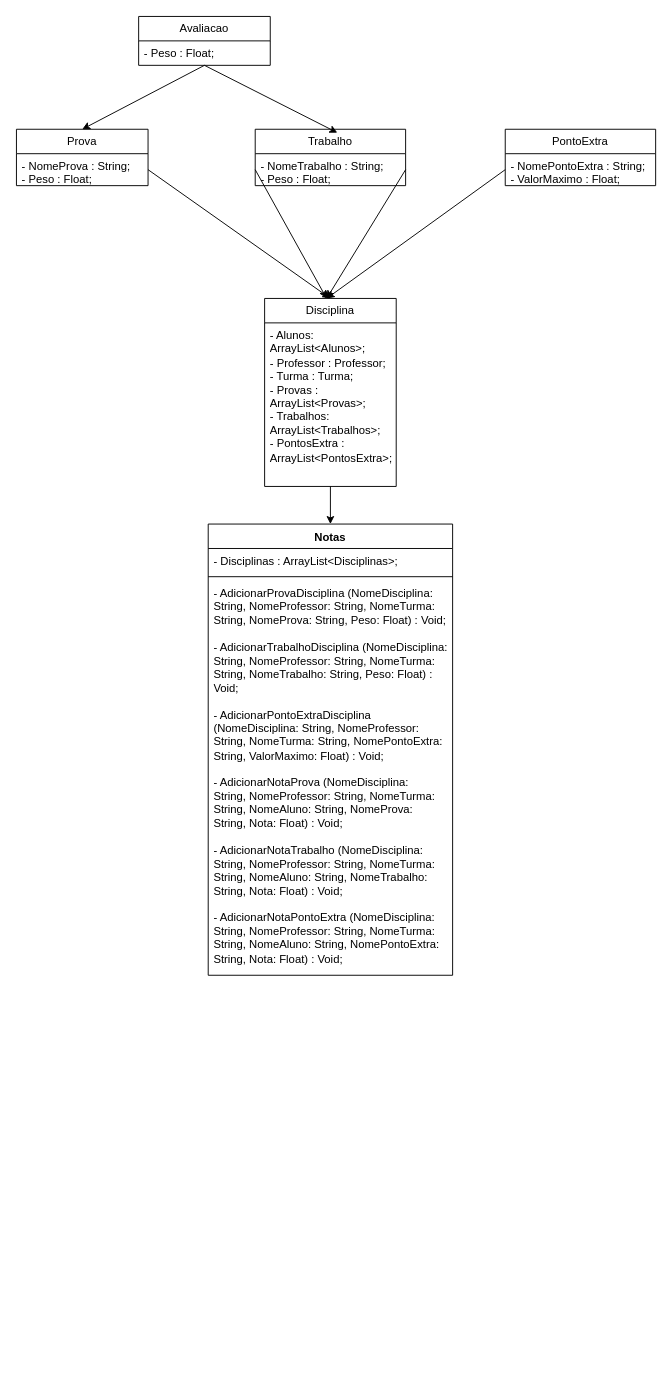
This is UMLS/Notas.drawio from Gotoxico/EscolaPOO2, a draw.io file, before an edit. Source tidied: cells renumbered, new cells numbered last; positions are measured from the earlier drawing's top-left corner, leaving out a move shared by most shapes. Both pictures are drawn from the tidied source at 94%, with x=0, y=0 at pixel (16, 16).
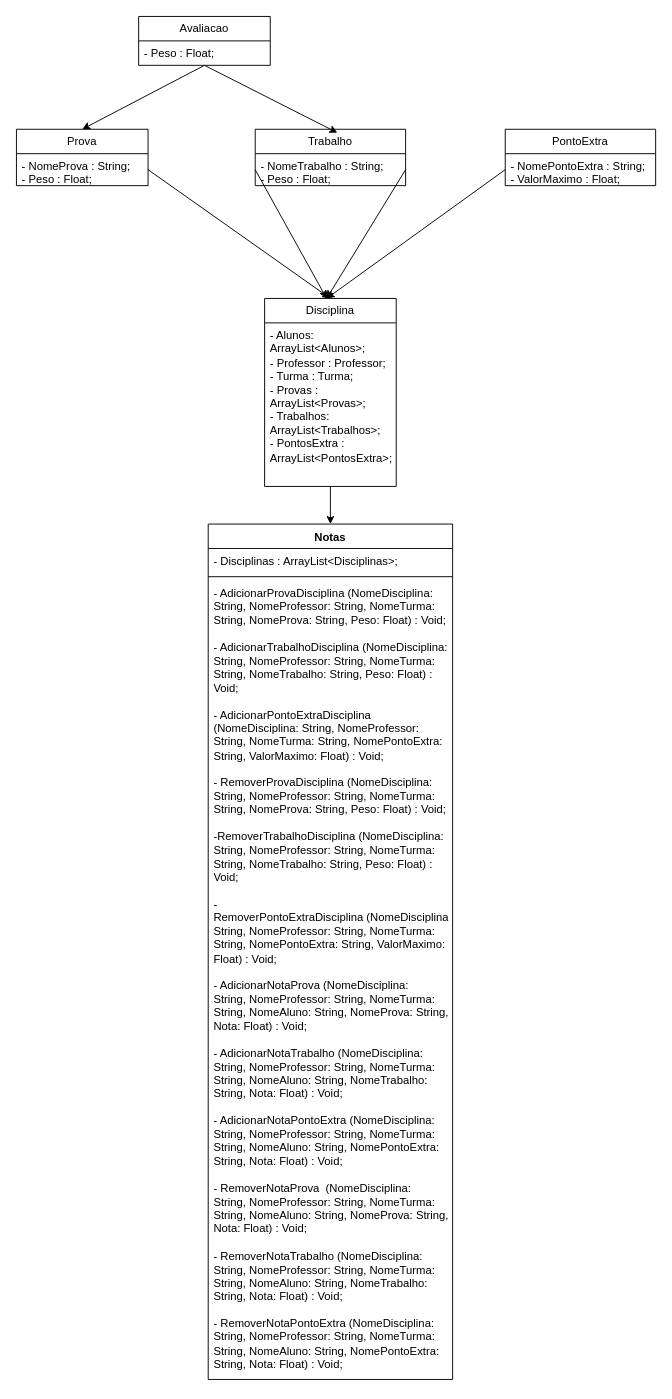
The same diagram, later.

Diff of the diagram source:
```diff
@@
     <mxCell id="2" value="Notas&lt;div&gt;&lt;br&gt;&lt;/div&gt;" style="swimlane;fontStyle=1;align=center;verticalAlign=top;horizontal=1;startSize=26;whiteSpace=wrap;html=1;" parent="1" vertex="1">
-      <mxGeometry x="204" y="540" width="260" height="480" as="geometry" />
+      <mxGeometry x="204" y="540" width="260" height="910" as="geometry" />
     </mxCell>
@@
-    <mxCell id="5" value="&lt;div&gt;- AdicionarProvaDisciplina (NomeDisciplina: String, NomeProfessor: String, NomeTurma: String, NomeProva: String, Peso: Float) : Void;&lt;/div&gt;&lt;div&gt;&lt;br&gt;&lt;/div&gt;&lt;div&gt;- AdicionarTrabalhoDisciplina (NomeDisciplina: String,&amp;nbsp;&lt;span style=&quot;background-color: initial;&quot;&gt;NomeProfessor: String, NomeTurma: String,&amp;nbsp;&lt;/span&gt;&lt;span style=&quot;background-color: initial;&quot;&gt;NomeTrabalho: String, Peso: Float) : Void;&lt;/span&gt;&lt;/div&gt;&lt;div&gt;&lt;span style=&quot;background-color: initial;&quot;&gt;&lt;br&gt;&lt;/span&gt;&lt;/div&gt;&lt;div&gt;- AdicionarPontoExtraDisciplina (NomeDisciplina: String,&amp;nbsp;&lt;span style=&quot;background-color: initial;&quot;&gt;NomeProfessor: String, NomeTurma: String,&amp;nbsp;&lt;/span&gt;&lt;span style=&quot;background-color: initial;&quot;&gt;NomePontoExtra: String, ValorMaximo: Float) : Void;&lt;/span&gt;&lt;/div&gt;&lt;div&gt;&lt;br&gt;&lt;/div&gt;&lt;div&gt;- AdicionarNotaProva (&lt;span style=&quot;background-color: initial;&quot;&gt;NomeDisciplina: String,&amp;nbsp;&lt;/span&gt;&lt;span style=&quot;background-color: initial;&quot;&gt;NomeProfessor: String, NomeTurma: String,&amp;nbsp;&lt;/span&gt;&lt;span style=&quot;background-color: initial;&quot;&gt;NomeAluno: String, NomeProva: String, Nota: Float) : Void;&lt;/span&gt;&lt;/div&gt;&lt;div&gt;&lt;br&gt;&lt;/div&gt;&lt;div&gt;- AdicionarNotaTrabalho (&lt;span style=&quot;background-color: initial;&quot;&gt;NomeDisciplina: String,&amp;nbsp;&lt;/span&gt;&lt;span style=&quot;background-color: initial;&quot;&gt;NomeProfessor: String, NomeTurma: String,&amp;nbsp;&lt;/span&gt;&lt;span style=&quot;background-color: initial;&quot;&gt;NomeAluno: String, NomeTrabalho: String, Nota: Float) : Void;&lt;/span&gt;&lt;/div&gt;&lt;div&gt;&lt;span style=&quot;background-color: initial;&quot;&gt;&lt;br&gt;&lt;/span&gt;&lt;/div&gt;&lt;div&gt;&lt;span style=&quot;background-color: initial;&quot;&gt;- AdicionarNotaPontoExtra (&lt;/span&gt;&lt;span style=&quot;background-color: initial;&quot;&gt;NomeDisciplina: String,&amp;nbsp;&lt;/span&gt;&lt;span style=&quot;background-color: initial;&quot;&gt;NomeProfessor: String, NomeTurma: String,&amp;nbsp;&lt;/span&gt;&lt;span style=&quot;background-color: initial;&quot;&gt;NomeAluno: String, NomePontoExtra: String, Nota: Float) : Void;&lt;/span&gt;&lt;/div&gt;&lt;div&gt;&lt;span style=&quot;background-color: initial;&quot;&gt;&lt;br&gt;&lt;/span&gt;&lt;/div&gt;&lt;div&gt;&lt;br&gt;&lt;/div&gt;" style="text;strokeColor=none;fillColor=none;align=left;verticalAlign=top;spacingLeft=4;spacingRight=4;overflow=hidden;whiteSpace=wrap;html=1;" parent="2" vertex="1">
-      <mxGeometry y="60" width="260" height="420" as="geometry" />
+    <mxCell id="5" value="&lt;div&gt;&lt;div&gt;- AdicionarProvaDisciplina (NomeDisciplina: String, NomeProfessor: String, NomeTurma: String, NomeProva: String, Peso: Float) : Void;&lt;/div&gt;&lt;div&gt;&lt;br&gt;&lt;/div&gt;&lt;div&gt;- AdicionarTrabalhoDisciplina (NomeDisciplina: String,&amp;nbsp;&lt;span style=&quot;background-color: initial;&quot;&gt;NomeProfessor: String, NomeTurma: String,&amp;nbsp;&lt;/span&gt;&lt;span style=&quot;background-color: initial;&quot;&gt;NomeTrabalho: String, Peso: Float) : Void;&lt;/span&gt;&lt;/div&gt;&lt;div&gt;&lt;span style=&quot;background-color: initial;&quot;&gt;&lt;br&gt;&lt;/span&gt;&lt;/div&gt;&lt;div&gt;- AdicionarPontoExtraDisciplina (NomeDisciplina: String,&amp;nbsp;&lt;span style=&quot;background-color: initial;&quot;&gt;NomeProfessor: String, NomeTurma: String,&amp;nbsp;&lt;/span&gt;&lt;span style=&quot;background-color: initial;&quot;&gt;NomePontoExtra: String, ValorMaximo: Float) : Void;&lt;/span&gt;&lt;/div&gt;&lt;div&gt;&lt;span style=&quot;background-color: initial;&quot;&gt;&lt;br&gt;&lt;/span&gt;&lt;/div&gt;&lt;div&gt;&lt;span style=&quot;background-color: initial;&quot;&gt;- RemoverProvaDisciplina&amp;nbsp;&lt;/span&gt;&lt;span style=&quot;background-color: initial;&quot;&gt;(NomeDisciplina: String, NomeProfessor: String, NomeTurma: String, NomeProva: String, Peso: Float) : Void;&lt;/span&gt;&lt;/div&gt;&lt;div&gt;&lt;span style=&quot;background-color: initial;&quot;&gt;&lt;br&gt;&lt;/span&gt;&lt;/div&gt;&lt;div&gt;&lt;span style=&quot;background-color: initial;&quot;&gt;-RemoverTrabalhoDisciplina&amp;nbsp;&lt;/span&gt;&lt;span style=&quot;background-color: initial;&quot;&gt;(NomeDisciplina: String,&amp;nbsp;&lt;/span&gt;&lt;span style=&quot;background-color: initial;&quot;&gt;NomeProfessor: String, NomeTurma: String,&amp;nbsp;&lt;/span&gt;&lt;span style=&quot;background-color: initial;&quot;&gt;NomeTrabalho: String, Peso: Float) : Void;&lt;/span&gt;&lt;/div&gt;&lt;div&gt;&lt;span style=&quot;background-color: initial;&quot;&gt;&lt;br&gt;&lt;/span&gt;&lt;/div&gt;&lt;div&gt;&lt;span style=&quot;background-color: initial;&quot;&gt;-RemoverPontoExtraDisciplina&amp;nbsp;&lt;/span&gt;&lt;span style=&quot;background-color: initial;&quot;&gt;(NomeDisciplina: String,&amp;nbsp;&lt;/span&gt;&lt;span style=&quot;background-color: initial;&quot;&gt;NomeProfessor: String, NomeTurma: String,&amp;nbsp;&lt;/span&gt;&lt;span style=&quot;background-color: initial;&quot;&gt;NomePontoExtra: String, ValorMaximo: Float) : Void;&lt;/span&gt;&lt;/div&gt;&lt;div&gt;&lt;br&gt;&lt;/div&gt;&lt;div&gt;- AdicionarNotaProva (&lt;span style=&quot;background-color: initial;&quot;&gt;NomeDisciplina: String,&amp;nbsp;&lt;/span&gt;&lt;span style=&quot;background-color: initial;&quot;&gt;NomeProfessor: String, NomeTurma: String,&amp;nbsp;&lt;/span&gt;&lt;span style=&quot;background-color: initial;&quot;&gt;NomeAluno: String, NomeProva: String, Nota: Float) : Void;&lt;/span&gt;&lt;/div&gt;&lt;div&gt;&lt;br&gt;&lt;/div&gt;&lt;div&gt;- AdicionarNotaTrabalho (&lt;span style=&quot;background-color: initial;&quot;&gt;NomeDisciplina: String,&amp;nbsp;&lt;/span&gt;&lt;span style=&quot;background-color: initial;&quot;&gt;NomeProfessor: String, NomeTurma: String,&amp;nbsp;&lt;/span&gt;&lt;span style=&quot;background-color: initial;&quot;&gt;NomeAluno: String, NomeTrabalho: String, Nota: Float) : Void;&lt;/span&gt;&lt;/div&gt;&lt;div&gt;&lt;span style=&quot;background-color: initial;&quot;&gt;&lt;br&gt;&lt;/span&gt;&lt;/div&gt;&lt;div&gt;&lt;span style=&quot;background-color: initial;&quot;&gt;- AdicionarNotaPontoExtra (&lt;/span&gt;&lt;span style=&quot;background-color: initial;&quot;&gt;NomeDisciplina: String,&amp;nbsp;&lt;/span&gt;&lt;span style=&quot;background-color: initial;&quot;&gt;NomeProfessor: String, NomeTurma: String,&amp;nbsp;&lt;/span&gt;&lt;span style=&quot;background-color: initial;&quot;&gt;NomeAluno: String, NomePontoExtra: String, Nota: Float) : Void;&lt;/span&gt;&lt;/div&gt;&lt;div&gt;&lt;span style=&quot;background-color: initial;&quot;&gt;&lt;br&gt;&lt;/span&gt;&lt;/div&gt;&lt;div&gt;&lt;span style=&quot;background-color: initial;&quot;&gt;- RemoverNotaProva&amp;nbsp;&lt;/span&gt;&lt;span style=&quot;background-color: initial;&quot;&gt;&amp;nbsp;&lt;/span&gt;&lt;span style=&quot;background-color: initial;&quot;&gt;(&lt;/span&gt;&lt;span style=&quot;background-color: initial;&quot;&gt;NomeDisciplina: String,&amp;nbsp;&lt;/span&gt;&lt;span style=&quot;background-color: initial;&quot;&gt;NomeProfessor: String, NomeTurma: String,&amp;nbsp;&lt;/span&gt;&lt;span style=&quot;background-color: initial;&quot;&gt;NomeAluno: String, NomeProva: String, Nota: Float) : Void;&lt;/span&gt;&lt;/div&gt;&lt;div&gt;&lt;span style=&quot;background-color: initial;&quot;&gt;&lt;br&gt;&lt;/span&gt;&lt;/div&gt;&lt;div&gt;&lt;span style=&quot;background-color: initial;&quot;&gt;- RemoverNotaTrabalho&amp;nbsp;&lt;/span&gt;&lt;span style=&quot;background-color: initial;&quot;&gt;(&lt;/span&gt;&lt;span style=&quot;background-color: initial;&quot;&gt;NomeDisciplina: String,&amp;nbsp;&lt;/span&gt;&lt;span style=&quot;background-color: initial;&quot;&gt;NomeProfessor: String, NomeTurma: String,&amp;nbsp;&lt;/span&gt;&lt;span style=&quot;background-color: initial;&quot;&gt;NomeAluno: String, NomeTrabalho: String, Nota: Float) : Void;&lt;/span&gt;&lt;/div&gt;&lt;div&gt;&lt;span style=&quot;background-color: initial;&quot;&gt;&lt;br&gt;&lt;/span&gt;&lt;/div&gt;&lt;div&gt;&lt;span style=&quot;background-color: initial;&quot;&gt;- RemoverNotaPontoExtra&amp;nbsp;&lt;/span&gt;&lt;span style=&quot;background-color: initial;&quot;&gt;(&lt;/span&gt;&lt;span style=&quot;background-color: initial;&quot;&gt;NomeDisciplina: String,&amp;nbsp;&lt;/span&gt;&lt;span style=&quot;background-color: initial;&quot;&gt;NomeProfessor: String, NomeTurma: String,&amp;nbsp;&lt;/span&gt;&lt;span style=&quot;background-color: initial;&quot;&gt;NomeAluno: String, NomePontoExtra: String, Nota: Float) : Void;&lt;/span&gt;&lt;/div&gt;&lt;div&gt;&lt;span style=&quot;background-color: initial;&quot;&gt;&lt;br&gt;&lt;/span&gt;&lt;/div&gt;&lt;div&gt;&lt;br&gt;&lt;/div&gt;&lt;/div&gt;" style="text;strokeColor=none;fillColor=none;align=left;verticalAlign=top;spacingLeft=4;spacingRight=4;overflow=hidden;whiteSpace=wrap;html=1;" parent="2" vertex="1">
+      <mxGeometry y="60" width="260" height="850" as="geometry" />
     </mxCell>
```
